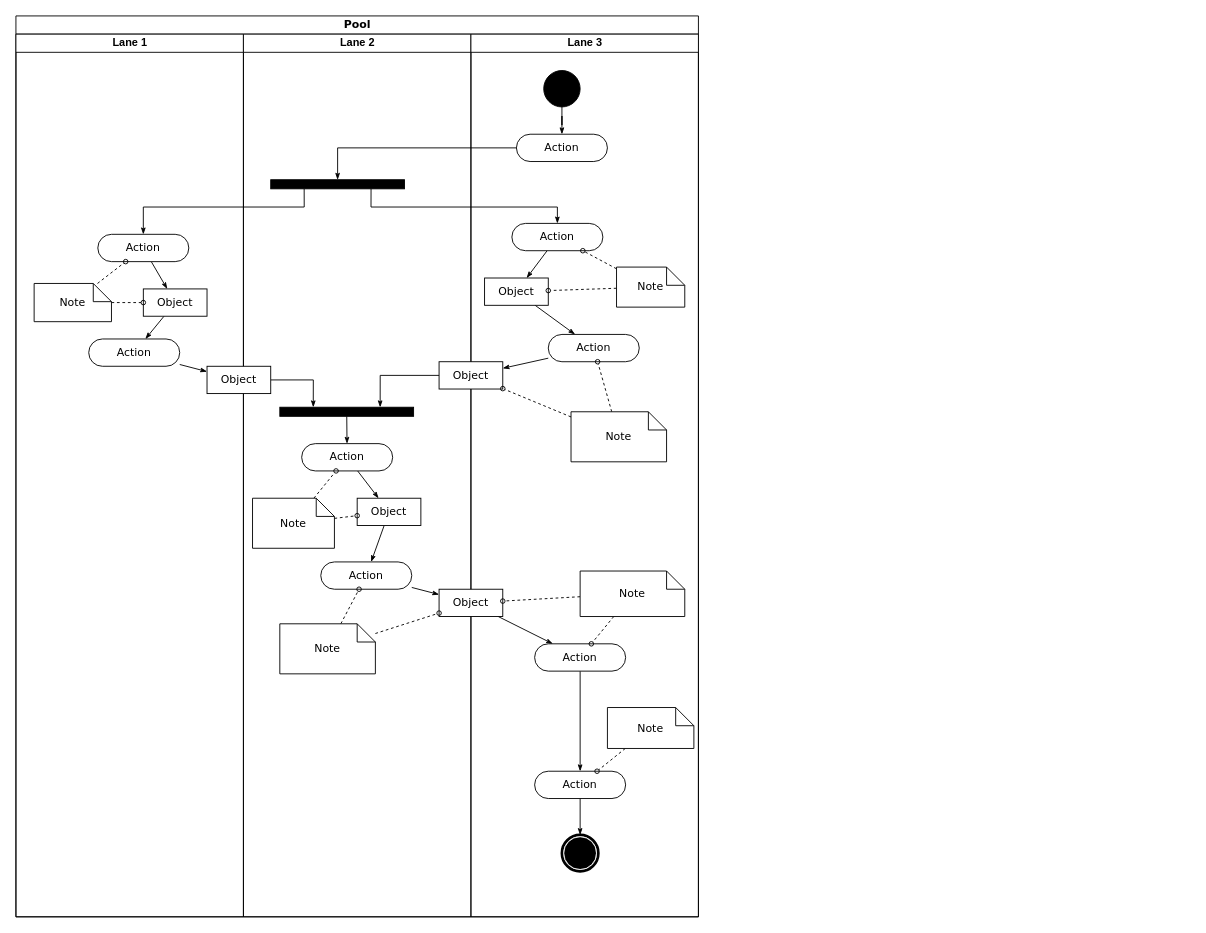
Earlier version of the draw.io diagram Untitled Diagram.drawio (unchainedraggedy/swimlane). Source tidied: cells renumbered, new cells numbered last; positions are measured from the earlier drawing's top-left corner, leaving out a move shared by most shapes. Both pictures are drawn from the tidied source at 91%, with x=0, y=0 at pixel (15, 15).
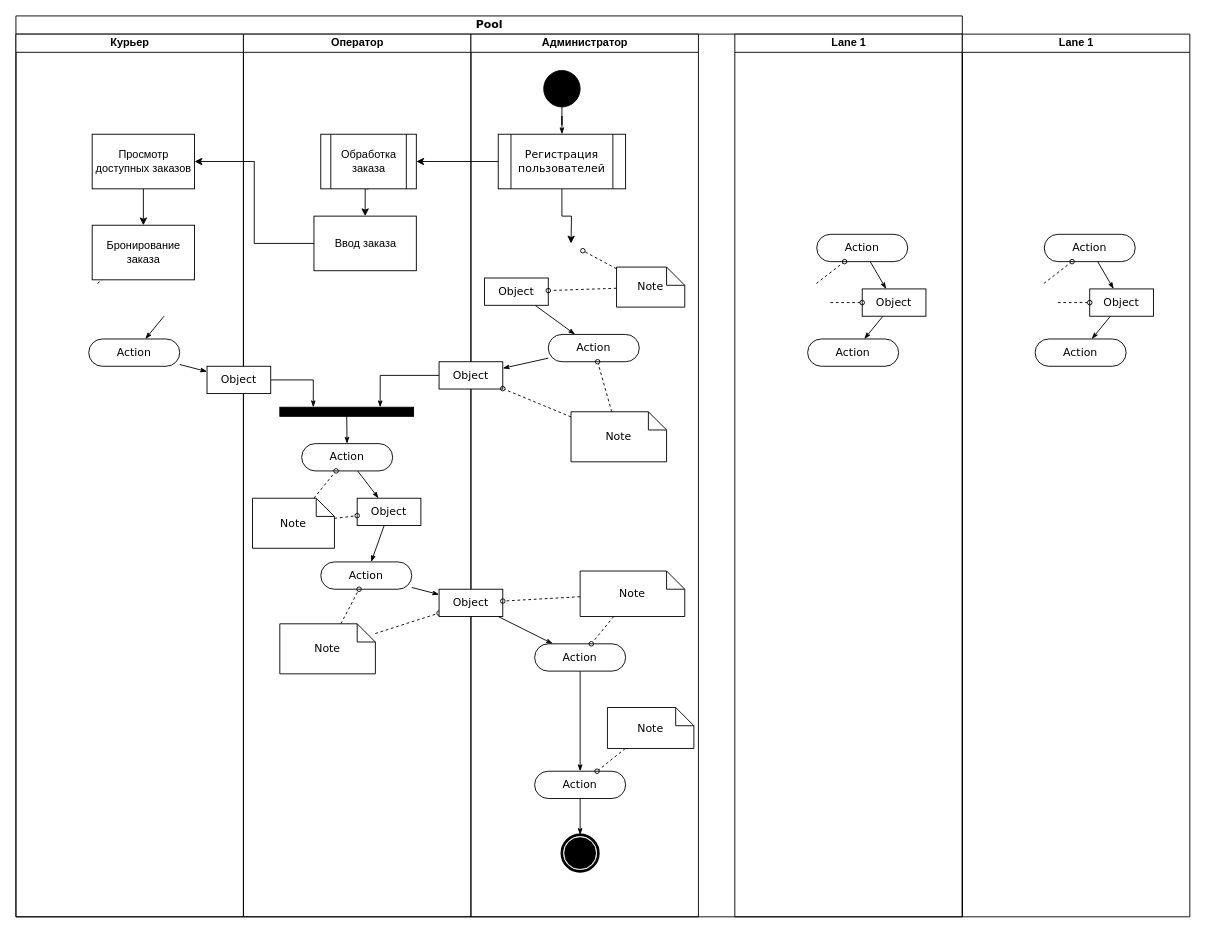
The same page after the edit.

The change refers to these unchanged cells:
```xml
<mxCell id="6" value="Action" style="rounded=1;whiteSpace=wrap;html=1;shadow=0;comic=0;labelBackgroundColor=none;strokeWidth=1;fontFamily=Verdana;fontSize=12;align=center;arcSize=50;" parent="3" vertex="1">
  <mxGeometry x="80" y="335" width="100" height="30" as="geometry" />
</mxCell>
<mxCell id="17" style="whiteSpace=wrap;html=1;rounded=0;shadow=0;comic=0;labelBackgroundColor=none;strokeWidth=1;fillColor=#000000;fontFamily=Verdana;fontSize=12;align=center;rotation=0;" parent="12" vertex="1">
  <mxGeometry x="40" y="410" width="147" height="10" as="geometry" />
</mxCell>
<mxCell id="19" value="Object" style="rounded=0;whiteSpace=wrap;html=1;shadow=0;comic=0;labelBackgroundColor=none;strokeWidth=1;fontFamily=Verdana;fontSize=12;align=center;arcSize=50;" parent="12" vertex="1">
  <mxGeometry x="-40" y="365" width="70" height="30" as="geometry" />
</mxCell>
<mxCell id="22" value="Action" style="rounded=1;whiteSpace=wrap;html=1;shadow=0;comic=0;labelBackgroundColor=none;strokeWidth=1;fontFamily=Verdana;fontSize=12;align=center;arcSize=50;" parent="12" vertex="1">
  <mxGeometry x="85" y="580" width="100" height="30" as="geometry" />
</mxCell>
<mxCell id="27" value="Note" style="shape=note;whiteSpace=wrap;html=1;rounded=0;shadow=0;comic=0;labelBackgroundColor=none;strokeWidth=1;fontFamily=Verdana;fontSize=12;align=center;size=20;" parent="12" vertex="1">
  <mxGeometry x="40" y="648" width="105" height="55" as="geometry" />
</mxCell>
<mxCell id="37" value="Object" style="rounded=0;whiteSpace=wrap;html=1;shadow=0;comic=0;labelBackgroundColor=none;strokeWidth=1;fontFamily=Verdana;fontSize=12;align=center;arcSize=50;" parent="28" vertex="1">
  <mxGeometry x="15" y="268" width="70" height="30" as="geometry" />
</mxCell>
<mxCell id="38" value="Object" style="rounded=0;whiteSpace=wrap;html=1;shadow=0;comic=0;labelBackgroundColor=none;strokeWidth=1;fontFamily=Verdana;fontSize=12;align=center;arcSize=50;" parent="28" vertex="1">
  <mxGeometry x="-35" y="360" width="70" height="30" as="geometry" />
</mxCell>
<mxCell id="40" value="Object" style="rounded=0;whiteSpace=wrap;html=1;shadow=0;comic=0;labelBackgroundColor=none;strokeWidth=1;fontFamily=Verdana;fontSize=12;align=center;arcSize=50;" parent="28" vertex="1">
  <mxGeometry x="-35" y="610" width="70" height="30" as="geometry" />
</mxCell>
<mxCell id="48" value="Note" style="shape=note;whiteSpace=wrap;html=1;rounded=0;shadow=0;comic=0;labelBackgroundColor=none;strokeWidth=1;fontFamily=Verdana;fontSize=12;align=center;size=20;" parent="28" vertex="1">
  <mxGeometry x="160" y="256" width="75" height="44" as="geometry" />
</mxCell>
```

What changed in the source:
```diff
@@
     <mxCell id="2" value="Pool" style="swimlane;html=1;startSize=20;rounded=0;shadow=0;comic=0;labelBackgroundColor=none;strokeWidth=1;fontFamily=Verdana;fontSize=12;align=center;" parent="1" vertex="1">
-      <mxGeometry width="750" height="990" as="geometry" />
+      <mxGeometry width="1040" height="990" as="geometry" />
     </mxCell>
-    <mxCell id="3" value="Lane 1" style="swimlane;html=1;startSize=20;" parent="2" vertex="1">
+    <mxCell id="3" value="Курьер" style="swimlane;html=1;startSize=20;" parent="2" vertex="1">
       <mxGeometry y="20" width="250" height="970" as="geometry" />
     </mxCell>
-    <mxCell id="4" style="edgeStyle=none;rounded=0;html=1;labelBackgroundColor=none;startArrow=none;startFill=0;startSize=5;endArrow=classicThin;endFill=1;endSize=5;jettySize=auto;strokeWidth=1;fontFamily=Verdana;fontSize=12;" parent="3" edge="1" source="5" target="8">
-      <mxGeometry relative="1" as="geometry" />
-    </mxCell>
-    <mxCell id="5" value="Action" style="rounded=1;whiteSpace=wrap;html=1;shadow=0;comic=0;labelBackgroundColor=none;strokeWidth=1;fontFamily=Verdana;fontSize=12;align=center;arcSize=50;" parent="3" vertex="1">
-      <mxGeometry x="90" y="220" width="100" height="30" as="geometry" />
-    </mxCell>
@@
-    <mxCell id="7" style="edgeStyle=none;rounded=0;html=1;labelBackgroundColor=none;startArrow=none;startFill=0;startSize=5;endArrow=classicThin;endFill=1;endSize=5;jettySize=auto;strokeWidth=1;fontFamily=Verdana;fontSize=12;" parent="3" edge="1" source="8" target="6">
-      <mxGeometry relative="1" as="geometry" />
+    <mxCell id="7" style="edgeStyle=none;rounded=0;html=1;labelBackgroundColor=none;startArrow=none;startFill=0;startSize=5;endArrow=classicThin;endFill=1;endSize=5;jettySize=auto;strokeWidth=1;fontFamily=Verdana;fontSize=12;" parent="3" edge="1" target="6">
+      <mxGeometry relative="1" as="geometry">
+        <mxPoint x="162.7" y="310" as="sourcePoint" />
+      </mxGeometry>
     </mxCell>
-    <mxCell id="8" value="Object" style="rounded=0;whiteSpace=wrap;html=1;shadow=0;comic=0;labelBackgroundColor=none;strokeWidth=1;fontFamily=Verdana;fontSize=12;align=center;arcSize=50;" parent="3" vertex="1">
-      <mxGeometry x="140" y="280" width="70" height="30" as="geometry" />
-    </mxCell>
-    <mxCell id="9" style="edgeStyle=none;rounded=0;html=1;labelBackgroundColor=none;startArrow=none;startFill=0;startSize=5;endArrow=oval;endFill=0;endSize=5;jettySize=auto;strokeWidth=1;fontFamily=Verdana;fontSize=12;dashed=1;" parent="3" edge="1" source="11" target="5">
-      <mxGeometry relative="1" as="geometry" />
+    <mxCell id="9" style="edgeStyle=none;rounded=0;html=1;labelBackgroundColor=none;startArrow=none;startFill=0;startSize=5;endArrow=oval;endFill=0;endSize=5;jettySize=auto;orthogonalLoop=1;strokeWidth=1;fontFamily=Verdana;fontSize=12;dashed=1;" parent="3" edge="1">
+      <mxGeometry relative="1" as="geometry">
+        <mxPoint x="89.6" y="274" as="sourcePoint" />
+        <mxPoint x="120.6" y="250" as="targetPoint" />
+      </mxGeometry>
     </mxCell>
-    <mxCell id="10" style="edgeStyle=none;rounded=0;html=1;dashed=1;labelBackgroundColor=none;startArrow=none;startFill=0;startSize=5;endArrow=oval;endFill=0;endSize=5;jettySize=auto;strokeWidth=1;fontFamily=Verdana;fontSize=12;" parent="3" edge="1" source="11" target="8">
-      <mxGeometry relative="1" as="geometry" />
-    </mxCell>
-    <mxCell id="11" value="Note" style="shape=note;whiteSpace=wrap;html=1;rounded=0;shadow=0;comic=0;labelBackgroundColor=none;strokeWidth=1;fontFamily=Verdana;fontSize=12;align=center;size=20;" parent="3" vertex="1">
-      <mxGeometry x="20" y="274" width="85" height="42" as="geometry" />
-    </mxCell>
+    <mxCell id="64" style="edgeStyle=orthogonalEdgeStyle;rounded=0;jettySize=auto;html=1;" parent="3" edge="1" source="65" target="66">
+      <mxGeometry relative="1" as="geometry" />
+    </mxCell>
+    <mxCell id="65" value="Просмотр доступных заказов" style="rounded=0;whiteSpace=wrap;html=1;" parent="3" vertex="1">
+      <mxGeometry x="83.8" y="110" width="112.5" height="60" as="geometry" />
+    </mxCell>
+    <mxCell id="66" value="Бронирование заказа" style="rounded=0;whiteSpace=wrap;html=1;" parent="3" vertex="1">
+      <mxGeometry x="83.8" y="210" width="112.5" height="60" as="geometry" />
+    </mxCell>
-    <mxCell id="12" value="Lane 2" style="swimlane;html=1;startSize=20;" parent="2" vertex="1">
+    <mxCell id="12" value="Оператор" style="swimlane;html=1;startSize=20;" parent="2" vertex="1">
       <mxGeometry x="250" y="20" width="250" height="970" as="geometry" />
     </mxCell>
-    <mxCell id="13" style="whiteSpace=wrap;html=1;rounded=0;shadow=0;comic=0;labelBackgroundColor=none;strokeWidth=1;fillColor=#000000;fontFamily=Verdana;fontSize=12;align=center;rotation=0;" parent="12" vertex="1">
-      <mxGeometry x="30" y="160" width="147" height="10" as="geometry" />
-    </mxCell>
@@
+    <mxCell id="67" style="edgeStyle=orthogonalEdgeStyle;rounded=0;jettySize=auto;html=1;exitX=0.5;exitY=1;exitDx=0;exitDy=0;entryX=0.5;entryY=0;entryDx=0;entryDy=0;" parent="12" edge="1" source="68" target="69">
+      <mxGeometry relative="1" as="geometry" />
+    </mxCell>
+    <mxCell id="68" value="Обработка заказа" style="shape=process;whiteSpace=wrap;html=1;" parent="12" vertex="1">
+      <mxGeometry x="85" y="110" width="105" height="60" as="geometry" />
+    </mxCell>
+    <mxCell id="69" value="Ввод заказа" style="rounded=0;whiteSpace=wrap;html=1;" parent="12" vertex="1">
+      <mxGeometry x="77.5" y="200" width="112.5" height="60" as="geometry" />
+    </mxCell>
+    <mxCell id="60" style="edgeStyle=orthogonalEdgeStyle;rounded=0;html=1;entryX=0.75;entryY=0;labelBackgroundColor=none;startArrow=none;startFill=0;startSize=5;endArrow=classicThin;endFill=1;endSize=5;jettySize=auto;strokeWidth=1;fontFamily=Verdana;fontSize=12;" parent="2" edge="1" source="38" target="17">
+      <mxGeometry relative="1" as="geometry" />
+    </mxCell>
+    <mxCell id="61" style="edgeStyle=none;rounded=0;html=1;labelBackgroundColor=none;startArrow=none;startFill=0;startSize=5;endArrow=classicThin;endFill=1;endSize=5;jettySize=auto;strokeWidth=1;fontFamily=Verdana;fontSize=12;" parent="2" edge="1" source="6" target="19">
+      <mxGeometry relative="1" as="geometry" />
+    </mxCell>
+    <mxCell id="62" style="edgeStyle=none;rounded=0;html=1;labelBackgroundColor=none;startArrow=none;startFill=0;startSize=5;endArrow=classicThin;endFill=1;endSize=5;jettySize=auto;strokeWidth=1;fontFamily=Verdana;fontSize=12;" parent="2" edge="1" source="22" target="40">
+      <mxGeometry relative="1" as="geometry" />
+    </mxCell>
+    <mxCell id="63" style="edgeStyle=none;rounded=0;html=1;dashed=1;labelBackgroundColor=none;startArrow=none;startFill=0;startSize=5;endArrow=oval;endFill=0;endSize=5;jettySize=auto;strokeWidth=1;fontFamily=Verdana;fontSize=12;" parent="2" edge="1" source="27" target="40">
+      <mxGeometry relative="1" as="geometry" />
+    </mxCell>
-    <mxCell id="28" value="Lane 3" style="swimlane;html=1;startSize=20;" parent="2" vertex="1">
+    <mxCell id="28" value="Администратор" style="swimlane;html=1;startSize=20;" parent="2" vertex="1">
       <mxGeometry x="500" y="20" width="250" height="970" as="geometry" />
     </mxCell>
@@
+    <mxCell id="70" style="edgeStyle=orthogonalEdgeStyle;rounded=0;jettySize=auto;html=1;" parent="28" edge="1" source="31">
+      <mxGeometry relative="1" as="geometry">
+        <mxPoint x="110" y="230" as="targetPoint" />
+      </mxGeometry>
+    </mxCell>
-    <mxCell id="31" value="Action" style="rounded=1;whiteSpace=wrap;html=1;shadow=0;comic=0;labelBackgroundColor=none;strokeWidth=1;fontFamily=Verdana;fontSize=12;align=center;arcSize=50;" parent="28" vertex="1">
-      <mxGeometry x="50" y="110" width="100" height="30" as="geometry" />
+    <mxCell id="31" value="Регистрация пользователей" style="shape=process;whiteSpace=wrap;html=1;shadow=0;comic=0;labelBackgroundColor=none;strokeWidth=1;fontFamily=Verdana;fontSize=12;align=center;arcSize=50;" parent="28" vertex="1">
+      <mxGeometry x="30" y="110" width="140" height="60" as="geometry" />
     </mxCell>
-    <mxCell id="32" style="rounded=0;html=1;labelBackgroundColor=none;startArrow=none;startFill=0;startSize=5;endArrow=classicThin;endFill=1;endSize=5;jettySize=auto;strokeWidth=1;fontFamily=Verdana;fontSize=12;" parent="28" edge="1" source="33" target="37">
-      <mxGeometry relative="1" as="geometry" />
-    </mxCell>
-    <mxCell id="33" value="Action" style="rounded=1;whiteSpace=wrap;html=1;shadow=0;comic=0;labelBackgroundColor=none;strokeWidth=1;fontFamily=Verdana;fontSize=12;align=center;arcSize=50;" parent="28" vertex="1">
-      <mxGeometry x="45" y="208" width="100" height="30" as="geometry" />
-    </mxCell>
@@
-    <mxCell id="46" style="edgeStyle=none;rounded=0;html=1;dashed=1;labelBackgroundColor=none;startArrow=none;startFill=0;startSize=5;endArrow=oval;endFill=0;endSize=5;jettySize=auto;strokeWidth=1;fontFamily=Verdana;fontSize=12;" parent="28" edge="1" source="48" target="33">
-      <mxGeometry relative="1" as="geometry" />
+    <mxCell id="46" style="edgeStyle=none;rounded=0;html=1;dashed=1;labelBackgroundColor=none;startArrow=none;startFill=0;startSize=5;endArrow=oval;endFill=0;endSize=5;jettySize=auto;strokeWidth=1;fontFamily=Verdana;fontSize=12;" parent="28" edge="1" source="48">
+      <mxGeometry relative="1" as="geometry">
+        <mxPoint x="123" y="238" as="targetPoint" />
+      </mxGeometry>
     </mxCell>
@@
-    <mxCell id="57" style="edgeStyle=orthogonalEdgeStyle;rounded=0;html=1;entryX=0.5;entryY=0;labelBackgroundColor=none;startArrow=none;startFill=0;startSize=5;endArrow=classicThin;endFill=1;endSize=5;jettySize=auto;strokeWidth=1;fontFamily=Verdana;fontSize=12;" parent="2" edge="1" source="31" target="13">
-      <mxGeometry relative="1" as="geometry">
-        <Array as="points">
-          <mxPoint x="354" y="145" />
-        </Array>
-      </mxGeometry>
-    </mxCell>
-    <mxCell id="58" style="edgeStyle=orthogonalEdgeStyle;rounded=0;html=1;exitX=0.75;exitY=1;labelBackgroundColor=none;startArrow=none;startFill=0;startSize=5;endArrow=classicThin;endFill=1;endSize=5;jettySize=auto;strokeWidth=1;fontFamily=Verdana;fontSize=12;" parent="2" edge="1" source="13" target="33">
-      <mxGeometry relative="1" as="geometry">
-        <Array as="points">
-          <mxPoint x="390" y="210" />
-          <mxPoint x="595" y="210" />
-        </Array>
-      </mxGeometry>
-    </mxCell>
-    <mxCell id="59" style="edgeStyle=orthogonalEdgeStyle;rounded=0;html=1;exitX=0.25;exitY=1;entryX=0.5;entryY=0;labelBackgroundColor=none;startArrow=none;startFill=0;startSize=5;endArrow=classicThin;endFill=1;endSize=5;jettySize=auto;strokeWidth=1;fontFamily=Verdana;fontSize=12;" parent="2" edge="1" source="13" target="5">
-      <mxGeometry relative="1" as="geometry">
-        <Array as="points">
-          <mxPoint x="317" y="210" />
-          <mxPoint x="140" y="210" />
-        </Array>
-      </mxGeometry>
-    </mxCell>
-    <mxCell id="60" style="edgeStyle=orthogonalEdgeStyle;rounded=0;html=1;entryX=0.75;entryY=0;labelBackgroundColor=none;startArrow=none;startFill=0;startSize=5;endArrow=classicThin;endFill=1;endSize=5;jettySize=auto;strokeWidth=1;fontFamily=Verdana;fontSize=12;" parent="2" edge="1" source="38" target="17">
-      <mxGeometry relative="1" as="geometry" />
-    </mxCell>
-    <mxCell id="61" style="edgeStyle=none;rounded=0;html=1;labelBackgroundColor=none;startArrow=none;startFill=0;startSize=5;endArrow=classicThin;endFill=1;endSize=5;jettySize=auto;strokeWidth=1;fontFamily=Verdana;fontSize=12;" parent="2" edge="1" source="6" target="19">
-      <mxGeometry relative="1" as="geometry" />
-    </mxCell>
-    <mxCell id="62" style="edgeStyle=none;rounded=0;html=1;labelBackgroundColor=none;startArrow=none;startFill=0;startSize=5;endArrow=classicThin;endFill=1;endSize=5;jettySize=auto;strokeWidth=1;fontFamily=Verdana;fontSize=12;" parent="2" edge="1" source="22" target="40">
-      <mxGeometry relative="1" as="geometry" />
-    </mxCell>
-    <mxCell id="63" style="edgeStyle=none;rounded=0;html=1;dashed=1;labelBackgroundColor=none;startArrow=none;startFill=0;startSize=5;endArrow=oval;endFill=0;endSize=5;jettySize=auto;strokeWidth=1;fontFamily=Verdana;fontSize=12;" parent="2" edge="1" source="27" target="40">
-      <mxGeometry relative="1" as="geometry" />
-    </mxCell>
+    <mxCell id="71" style="edgeStyle=orthogonalEdgeStyle;rounded=0;jettySize=auto;html=1;entryX=1;entryY=0.5;entryDx=0;entryDy=0;" parent="2" edge="1" source="31" target="68">
+      <mxGeometry relative="1" as="geometry" />
+    </mxCell>
+    <mxCell id="72" style="edgeStyle=orthogonalEdgeStyle;rounded=0;jettySize=auto;html=1;entryX=1;entryY=0.5;entryDx=0;entryDy=0;" parent="2" edge="1" source="69" target="65">
+      <mxGeometry relative="1" as="geometry" />
+    </mxCell>
+    <mxCell id="73" value="Lane 1" style="swimlane;html=1;startSize=20;" parent="1" vertex="1">
+      <mxGeometry x="790" y="20" width="250" height="970" as="geometry" />
+    </mxCell>
+    <mxCell id="74" style="edgeStyle=none;rounded=0;html=1;labelBackgroundColor=none;startArrow=none;startFill=0;startSize=5;endArrow=classicThin;endFill=1;endSize=5;jettySize=auto;strokeWidth=1;fontFamily=Verdana;fontSize=12;" parent="73" edge="1" source="75" target="78">
+      <mxGeometry relative="1" as="geometry" />
+    </mxCell>
+    <mxCell id="75" value="Action" style="rounded=1;whiteSpace=wrap;html=1;shadow=0;comic=0;labelBackgroundColor=none;strokeWidth=1;fontFamily=Verdana;fontSize=12;align=center;arcSize=50;" parent="73" vertex="1">
+      <mxGeometry x="90" y="220" width="100" height="30" as="geometry" />
+    </mxCell>
+    <mxCell id="76" value="Action" style="rounded=1;whiteSpace=wrap;html=1;shadow=0;comic=0;labelBackgroundColor=none;strokeWidth=1;fontFamily=Verdana;fontSize=12;align=center;arcSize=50;" parent="73" vertex="1">
+      <mxGeometry x="80" y="335" width="100" height="30" as="geometry" />
+    </mxCell>
+    <mxCell id="77" style="edgeStyle=none;rounded=0;html=1;labelBackgroundColor=none;startArrow=none;startFill=0;startSize=5;endArrow=classicThin;endFill=1;endSize=5;jettySize=auto;strokeWidth=1;fontFamily=Verdana;fontSize=12;" parent="73" edge="1" source="78" target="76">
+      <mxGeometry relative="1" as="geometry" />
+    </mxCell>
+    <mxCell id="78" value="Object" style="rounded=0;whiteSpace=wrap;html=1;shadow=0;comic=0;labelBackgroundColor=none;strokeWidth=1;fontFamily=Verdana;fontSize=12;align=center;arcSize=50;" parent="73" vertex="1">
+      <mxGeometry x="140" y="280" width="70" height="30" as="geometry" />
+    </mxCell>
+    <mxCell id="79" style="edgeStyle=none;rounded=0;html=1;labelBackgroundColor=none;startArrow=none;startFill=0;startSize=5;endArrow=oval;endFill=0;endSize=5;jettySize=auto;strokeWidth=1;fontFamily=Verdana;fontSize=12;dashed=1;" parent="73" edge="1" target="75">
+      <mxGeometry relative="1" as="geometry">
+        <mxPoint x="89.6" y="274" as="sourcePoint" />
+      </mxGeometry>
+    </mxCell>
+    <mxCell id="80" style="edgeStyle=none;rounded=0;html=1;dashed=1;labelBackgroundColor=none;startArrow=none;startFill=0;startSize=5;endArrow=oval;endFill=0;endSize=5;jettySize=auto;strokeWidth=1;fontFamily=Verdana;fontSize=12;" parent="73" edge="1" target="78">
+      <mxGeometry relative="1" as="geometry">
+        <mxPoint x="105" y="295" as="sourcePoint" />
+      </mxGeometry>
+    </mxCell>
+    <mxCell id="81" value="Lane 1" style="swimlane;html=1;startSize=20;" parent="1" vertex="1">
+      <mxGeometry x="1040" y="20" width="250" height="970" as="geometry" />
+    </mxCell>
+    <mxCell id="82" style="edgeStyle=none;rounded=0;html=1;labelBackgroundColor=none;startArrow=none;startFill=0;startSize=5;endArrow=classicThin;endFill=1;endSize=5;jettySize=auto;strokeWidth=1;fontFamily=Verdana;fontSize=12;" parent="81" edge="1" source="83" target="86">
+      <mxGeometry relative="1" as="geometry" />
+    </mxCell>
+    <mxCell id="83" value="Action" style="rounded=1;whiteSpace=wrap;html=1;shadow=0;comic=0;labelBackgroundColor=none;strokeWidth=1;fontFamily=Verdana;fontSize=12;align=center;arcSize=50;" parent="81" vertex="1">
+      <mxGeometry x="90" y="220" width="100" height="30" as="geometry" />
+    </mxCell>
+    <mxCell id="84" value="Action" style="rounded=1;whiteSpace=wrap;html=1;shadow=0;comic=0;labelBackgroundColor=none;strokeWidth=1;fontFamily=Verdana;fontSize=12;align=center;arcSize=50;" parent="81" vertex="1">
+      <mxGeometry x="80" y="335" width="100" height="30" as="geometry" />
+    </mxCell>
+    <mxCell id="85" style="edgeStyle=none;rounded=0;html=1;labelBackgroundColor=none;startArrow=none;startFill=0;startSize=5;endArrow=classicThin;endFill=1;endSize=5;jettySize=auto;strokeWidth=1;fontFamily=Verdana;fontSize=12;" parent="81" edge="1" source="86" target="84">
+      <mxGeometry relative="1" as="geometry" />
+    </mxCell>
+    <mxCell id="86" value="Object" style="rounded=0;whiteSpace=wrap;html=1;shadow=0;comic=0;labelBackgroundColor=none;strokeWidth=1;fontFamily=Verdana;fontSize=12;align=center;arcSize=50;" parent="81" vertex="1">
+      <mxGeometry x="140" y="280" width="70" height="30" as="geometry" />
+    </mxCell>
+    <mxCell id="87" style="edgeStyle=none;rounded=0;html=1;labelBackgroundColor=none;startArrow=none;startFill=0;startSize=5;endArrow=oval;endFill=0;endSize=5;jettySize=auto;strokeWidth=1;fontFamily=Verdana;fontSize=12;dashed=1;" parent="81" edge="1" target="83">
+      <mxGeometry relative="1" as="geometry">
+        <mxPoint x="89.6" y="274" as="sourcePoint" />
+      </mxGeometry>
+    </mxCell>
+    <mxCell id="88" style="edgeStyle=none;rounded=0;html=1;dashed=1;labelBackgroundColor=none;startArrow=none;startFill=0;startSize=5;endArrow=oval;endFill=0;endSize=5;jettySize=auto;strokeWidth=1;fontFamily=Verdana;fontSize=12;" parent="81" edge="1" target="86">
+      <mxGeometry relative="1" as="geometry">
+        <mxPoint x="105" y="295" as="sourcePoint" />
+      </mxGeometry>
+    </mxCell>
```
